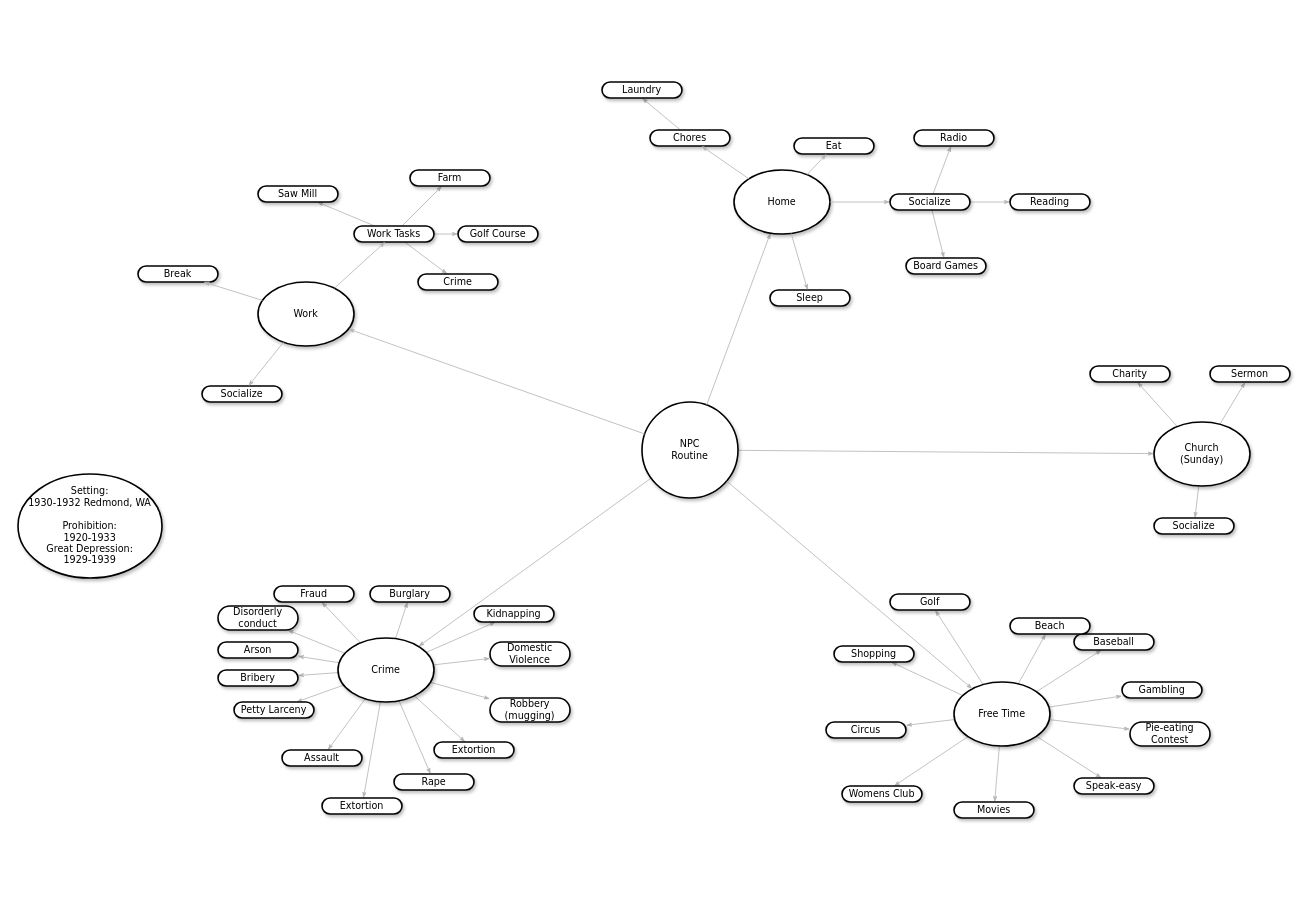
Before: NPC_Routine.drawio in PhilibusterAE/Game, a draw.io diagram. Source tidied: cells renumbered, new cells numbered last; positions are measured from the earlier drawing's top-left corner, leaving out a move shared by most shapes. Both pictures are drawn from the tidied source at 80%, with x=0, y=0 at pixel (18, 82).
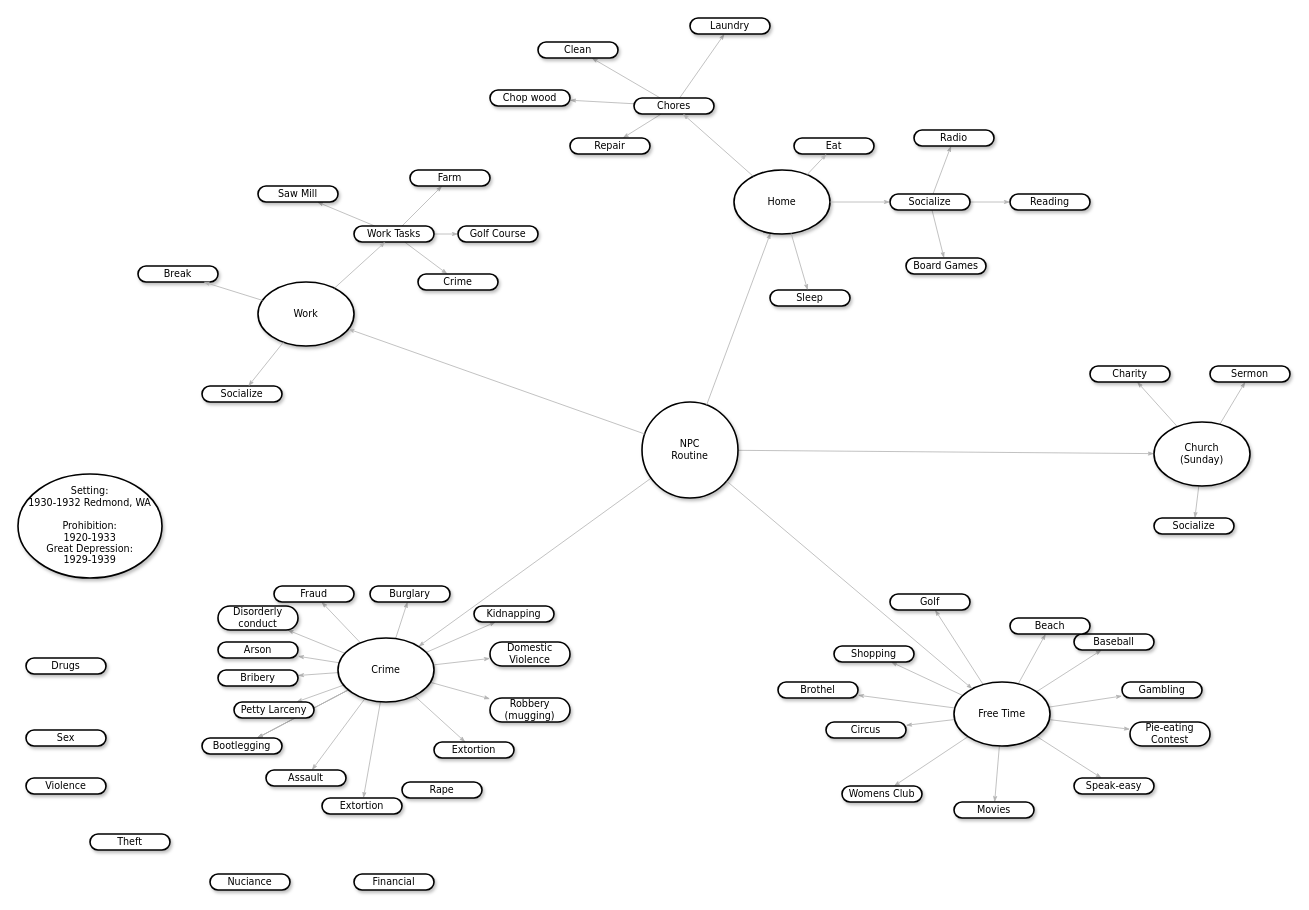
After the change.

The change refers to these unchanged cells:
```xml
<mxCell id="17" value="Free Time" style="ellipse;whiteSpace=wrap;html=1;rounded=1;shadow=1;comic=0;labelBackgroundColor=none;strokeWidth=2;fontFamily=Verdana;fontSize=12;align=center;" parent="1" vertex="1">
  <mxGeometry x="1170" y="750" width="120" height="80" as="geometry" />
</mxCell>
<mxCell id="82" value="Crime" style="ellipse;whiteSpace=wrap;html=1;rounded=1;shadow=1;comic=0;labelBackgroundColor=none;strokeWidth=2;fontFamily=Verdana;fontSize=12;align=center;" parent="1" vertex="1">
  <mxGeometry x="400" y="695" width="120" height="80" as="geometry" />
</mxCell>
```

The edit, as a diff of the source:
```diff
@@
+    <mxCell id="96" style="edgeStyle=none;rounded=1;jettySize=auto;html=1;strokeColor=#B3B3B3;strokeWidth=1;align=center;verticalAlign=middle;fontFamily=Verdana;fontSize=12;fontColor=default;labelBackgroundColor=none;startArrow=none;startFill=0;startSize=5;endArrow=classicThin;endFill=1;endSize=5;" parent="1" edge="1" source="17" target="102">
+      <mxGeometry relative="1" as="geometry" />
+    </mxCell>
@@
-    <mxCell id="33" style="edgeStyle=none;rounded=1;jettySize=auto;html=1;entryX=0.5;entryY=1;entryDx=0;entryDy=0;strokeColor=#B3B3B3;strokeWidth=1;align=center;verticalAlign=middle;fontFamily=Verdana;fontSize=12;fontColor=default;labelBackgroundColor=none;startArrow=none;startFill=0;startSize=5;endArrow=classicThin;endFill=1;endSize=5;" parent="1" edge="1" source="34" target="43">
+    <mxCell id="33" style="edgeStyle=none;rounded=1;jettySize=auto;html=1;strokeColor=#B3B3B3;strokeWidth=1;align=center;verticalAlign=middle;fontFamily=Verdana;fontSize=12;fontColor=default;labelBackgroundColor=none;startArrow=none;startFill=0;startSize=5;endArrow=classicThin;endFill=1;endSize=5;" parent="1" edge="1" source="34" target="43">
       <mxGeometry relative="1" as="geometry" />
     </mxCell>
+    <mxCell id="97" style="edgeStyle=none;rounded=1;jettySize=auto;html=1;strokeColor=#B3B3B3;strokeWidth=1;align=center;verticalAlign=middle;fontFamily=Verdana;fontSize=12;fontColor=default;labelBackgroundColor=none;startArrow=none;startFill=0;startSize=5;endArrow=classicThin;endFill=1;endSize=5;" parent="1" edge="1" source="34" target="110">
+      <mxGeometry relative="1" as="geometry" />
+    </mxCell>
+    <mxCell id="98" style="edgeStyle=none;rounded=1;jettySize=auto;html=1;strokeColor=#B3B3B3;strokeWidth=1;align=center;verticalAlign=middle;fontFamily=Verdana;fontSize=12;fontColor=default;labelBackgroundColor=none;startArrow=none;startFill=0;startSize=5;endArrow=classicThin;endFill=1;endSize=5;" parent="1" edge="1" source="34" target="111">
+      <mxGeometry relative="1" as="geometry" />
+    </mxCell>
+    <mxCell id="99" style="edgeStyle=none;rounded=1;jettySize=auto;html=1;strokeColor=#B3B3B3;strokeWidth=1;align=center;verticalAlign=middle;fontFamily=Verdana;fontSize=12;fontColor=default;labelBackgroundColor=none;startArrow=none;startFill=0;startSize=5;endArrow=classicThin;endFill=1;endSize=5;" parent="1" edge="1" source="34" target="112">
+      <mxGeometry relative="1" as="geometry" />
+    </mxCell>
     <mxCell id="34" value="Chores" style="whiteSpace=wrap;html=1;rounded=1;shadow=1;comic=0;labelBackgroundColor=none;strokeWidth=2;fontFamily=Verdana;fontSize=12;align=center;arcSize=50;" parent="1" vertex="1">
-      <mxGeometry x="790" y="60" width="100" height="20" as="geometry" />
+      <mxGeometry x="770" y="20" width="100" height="20" as="geometry" />
     </mxCell>
@@
     <mxCell id="43" value="Laundry" style="whiteSpace=wrap;html=1;rounded=1;shadow=1;comic=0;labelBackgroundColor=none;strokeWidth=2;fontFamily=Verdana;fontSize=12;align=center;arcSize=50;" parent="1" vertex="1">
-      <mxGeometry x="730" width="100" height="20" as="geometry" />
+      <mxGeometry x="840" y="-80" width="100" height="20" as="geometry" />
     </mxCell>
@@
+    <mxCell id="100" style="edgeStyle=none;rounded=1;jettySize=auto;html=1;strokeColor=#B3B3B3;strokeWidth=1;align=center;verticalAlign=middle;fontFamily=Verdana;fontSize=12;fontColor=default;labelBackgroundColor=none;startArrow=none;startFill=0;startSize=5;endArrow=classicThin;endFill=1;endSize=5;" parent="1" edge="1" source="82" target="87">
+      <mxGeometry relative="1" as="geometry" />
+    </mxCell>
+    <mxCell id="101" style="edgeStyle=none;rounded=1;jettySize=auto;html=1;strokeColor=#B3B3B3;strokeWidth=1;align=center;verticalAlign=middle;fontFamily=Verdana;fontSize=12;fontColor=default;labelBackgroundColor=none;startArrow=none;startFill=0;startSize=5;endArrow=classicThin;endFill=1;endSize=5;" parent="1" edge="1" source="82" target="87">
+      <mxGeometry relative="1" as="geometry" />
+    </mxCell>
@@
     <mxCell id="84" value="Assault" style="whiteSpace=wrap;html=1;rounded=1;shadow=1;comic=0;labelBackgroundColor=none;strokeWidth=2;fontFamily=Verdana;fontSize=12;align=center;arcSize=50;" parent="1" vertex="1">
-      <mxGeometry x="330" y="835" width="100" height="20" as="geometry" />
+      <mxGeometry x="310" y="860" width="100" height="20" as="geometry" />
     </mxCell>
@@
-    <mxCell id="87" value="Rape" style="whiteSpace=wrap;html=1;rounded=1;shadow=1;comic=0;labelBackgroundColor=none;strokeWidth=2;fontFamily=Verdana;fontSize=12;align=center;arcSize=50;" parent="1" vertex="1">
-      <mxGeometry x="470" y="865" width="100" height="20" as="geometry" />
+    <mxCell id="87" value="Bootlegging" style="whiteSpace=wrap;html=1;rounded=1;shadow=1;comic=0;labelBackgroundColor=none;strokeWidth=2;fontFamily=Verdana;fontSize=12;align=center;arcSize=50;" parent="1" vertex="1">
+      <mxGeometry x="230" y="820" width="100" height="20" as="geometry" />
     </mxCell>
@@
+    <mxCell id="102" value="Brothel" style="whiteSpace=wrap;html=1;rounded=1;shadow=1;comic=0;labelBackgroundColor=none;strokeWidth=2;fontFamily=Verdana;fontSize=12;align=center;arcSize=50;" parent="1" vertex="1">
+      <mxGeometry x="950" y="750" width="100" height="20" as="geometry" />
+    </mxCell>
+    <mxCell id="103" value="Rape" style="whiteSpace=wrap;html=1;rounded=1;shadow=1;comic=0;labelBackgroundColor=none;strokeWidth=2;fontFamily=Verdana;fontSize=12;align=center;arcSize=50;" parent="1" vertex="1">
+      <mxGeometry x="480" y="875" width="100" height="20" as="geometry" />
+    </mxCell>
+    <mxCell id="104" value="Financial" style="whiteSpace=wrap;html=1;rounded=1;shadow=1;comic=0;labelBackgroundColor=none;strokeWidth=2;fontFamily=Verdana;fontSize=12;align=center;arcSize=50;" parent="1" vertex="1">
+      <mxGeometry x="420" y="990" width="100" height="20" as="geometry" />
+    </mxCell>
+    <mxCell id="105" value="Drugs" style="whiteSpace=wrap;html=1;rounded=1;shadow=1;comic=0;labelBackgroundColor=none;strokeWidth=2;fontFamily=Verdana;fontSize=12;align=center;arcSize=50;" parent="1" vertex="1">
+      <mxGeometry x="10" y="720" width="100" height="20" as="geometry" />
+    </mxCell>
+    <mxCell id="106" value="Sex" style="whiteSpace=wrap;html=1;rounded=1;shadow=1;comic=0;labelBackgroundColor=none;strokeWidth=2;fontFamily=Verdana;fontSize=12;align=center;arcSize=50;" parent="1" vertex="1">
+      <mxGeometry x="10" y="810" width="100" height="20" as="geometry" />
+    </mxCell>
+    <mxCell id="107" value="Violence" style="whiteSpace=wrap;html=1;rounded=1;shadow=1;comic=0;labelBackgroundColor=none;strokeWidth=2;fontFamily=Verdana;fontSize=12;align=center;arcSize=50;" parent="1" vertex="1">
+      <mxGeometry x="10" y="870" width="100" height="20" as="geometry" />
+    </mxCell>
+    <mxCell id="108" value="Theft" style="whiteSpace=wrap;html=1;rounded=1;shadow=1;comic=0;labelBackgroundColor=none;strokeWidth=2;fontFamily=Verdana;fontSize=12;align=center;arcSize=50;" parent="1" vertex="1">
+      <mxGeometry x="90" y="940" width="100" height="20" as="geometry" />
+    </mxCell>
+    <mxCell id="109" value="Nuciance" style="whiteSpace=wrap;html=1;rounded=1;shadow=1;comic=0;labelBackgroundColor=none;strokeWidth=2;fontFamily=Verdana;fontSize=12;align=center;arcSize=50;" parent="1" vertex="1">
+      <mxGeometry x="240" y="990" width="100" height="20" as="geometry" />
+    </mxCell>
+    <mxCell id="110" value="Clean" style="whiteSpace=wrap;html=1;rounded=1;shadow=1;comic=0;labelBackgroundColor=none;strokeWidth=2;fontFamily=Verdana;fontSize=12;align=center;arcSize=50;" parent="1" vertex="1">
+      <mxGeometry x="650" y="-50" width="100" height="20" as="geometry" />
+    </mxCell>
+    <mxCell id="111" value="Repair" style="whiteSpace=wrap;html=1;rounded=1;shadow=1;comic=0;labelBackgroundColor=none;strokeWidth=2;fontFamily=Verdana;fontSize=12;align=center;arcSize=50;" parent="1" vertex="1">
+      <mxGeometry x="690" y="70" width="100" height="20" as="geometry" />
+    </mxCell>
+    <mxCell id="112" value="Chop wood" style="whiteSpace=wrap;html=1;rounded=1;shadow=1;comic=0;labelBackgroundColor=none;strokeWidth=2;fontFamily=Verdana;fontSize=12;align=center;arcSize=50;" parent="1" vertex="1">
+      <mxGeometry x="590" y="10" width="100" height="20" as="geometry" />
+    </mxCell>
```
